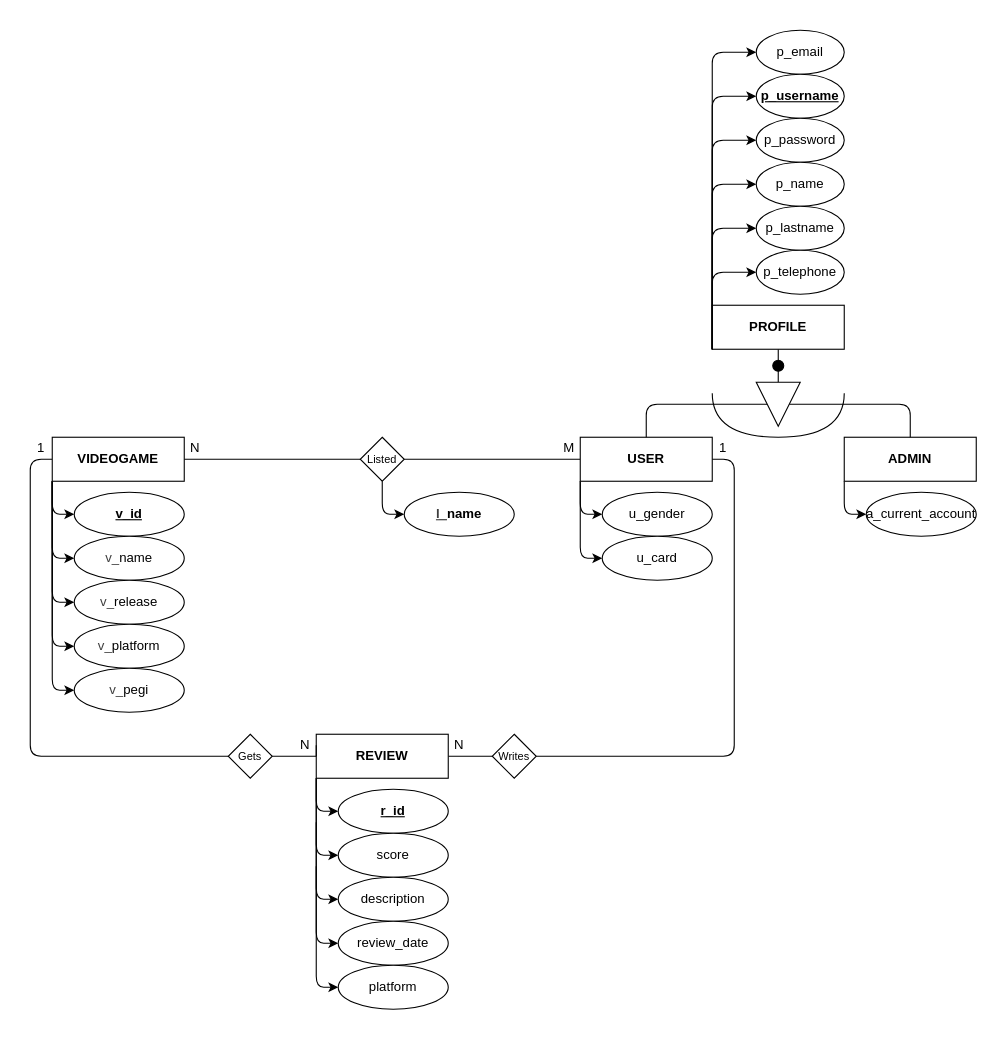
Earlier version of the draw.io diagram page "Modified" (1 of 2) of Diagrams/DIO/RETO 2 CRUD Avanzado - Data Model Diagram.dio (MedievAlex/DIN_ADTi_Reto_CRUD_Avanzado_-Alex_Ekaitz_Mikel-). Source tidied: cells renumbered, new cells numbered last; positions are measured from the earlier drawing's top-left corner, leaving out a move shared by most shapes. Both pictures are drawn from the tidied source at 110%, with x=0, y=0 at pixel (19, 19).
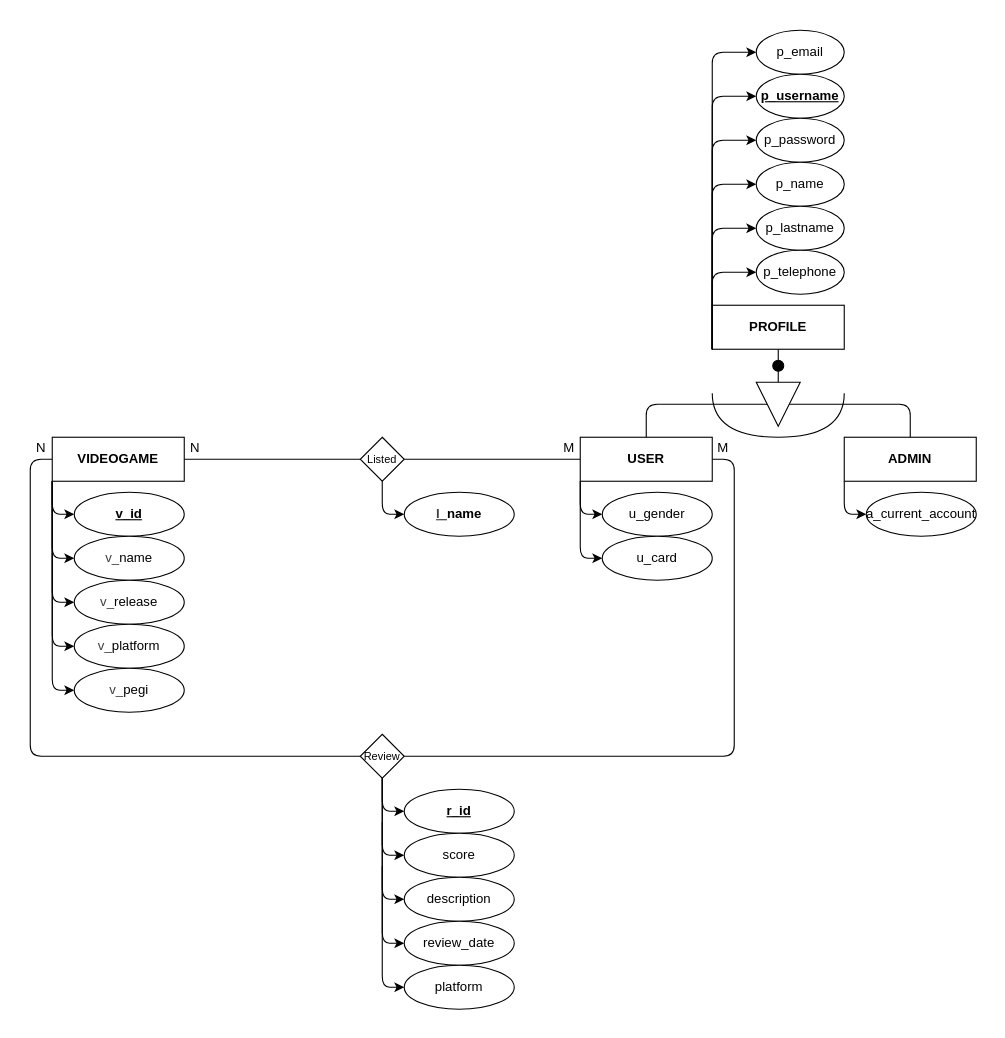
After the change.

Unchanged cells that the change refers to:
```xml
<mxCell id="21" value="USER" style="rounded=0;whiteSpace=wrap;html=1;fontStyle=1;" parent="1" vertex="1">
  <mxGeometry x="510" y="380" width="120" height="40" as="geometry" />
</mxCell>
```

Diff of the diagram source:
```diff
@@
-    <mxCell id="47" style="edgeStyle=none;html=1;exitX=1;exitY=0.5;exitDx=0;exitDy=0;entryX=0;entryY=0.5;entryDx=0;entryDy=0;endArrow=none;endFill=0;" parent="1" edge="1" source="48" target="61">
-      <mxGeometry relative="1" as="geometry" />
-    </mxCell>
-    <mxCell id="48" value="REVIEW" style="rounded=0;whiteSpace=wrap;html=1;fontStyle=1;" parent="1" vertex="1">
-      <mxGeometry x="270" y="650" width="120" height="40" as="geometry" />
-    </mxCell>
-    <mxCell id="49" style="endArrow=none;html=1;exitX=0;exitY=0.5;exitDx=0;exitDy=0;entryX=1;entryY=0.5;entryDx=0;entryDy=0;" parent="1" edge="1" source="48">
-      <mxGeometry relative="1" as="geometry">
-        <mxPoint x="270" y="660" as="targetPoint" />
-      </mxGeometry>
-    </mxCell>
     <mxCell id="50" style="edgeStyle=none;html=1;exitX=0;exitY=1;exitDx=0;exitDy=0;entryX=0;entryY=0.5;entryDx=0;entryDy=0;" parent="1" edge="1" target="52">
       <mxGeometry relative="1" as="geometry">
-        <mxPoint x="270" y="690" as="sourcePoint" />
+        <mxPoint x="330" y="690" as="sourcePoint" />
         <Array as="points">
-          <mxPoint x="270" y="720" />
+          <mxPoint x="330" y="720" />
         </Array>
       </mxGeometry>
     </mxCell>
     <mxCell id="51" style="edgeStyle=none;html=1;exitX=0;exitY=1;exitDx=0;exitDy=0;entryX=0;entryY=0.5;entryDx=0;entryDy=0;" parent="1" edge="1" target="53">
       <mxGeometry relative="1" as="geometry">
-        <mxPoint x="270" y="690" as="sourcePoint" />
+        <mxPoint x="330" y="690" as="sourcePoint" />
         <Array as="points">
-          <mxPoint x="270" y="760" />
+          <mxPoint x="330" y="760" />
         </Array>
       </mxGeometry>
     </mxCell>
     <mxCell id="52" value="&lt;u&gt;r_id&lt;/u&gt;" style="ellipse;whiteSpace=wrap;html=1;fontStyle=1;" parent="1" vertex="1">
-      <mxGeometry x="290" y="700" width="100" height="40" as="geometry" />
+      <mxGeometry x="350" y="700" width="100" height="40" as="geometry" />
     </mxCell>
     <mxCell id="53" value="score" style="ellipse;whiteSpace=wrap;html=1;" parent="1" vertex="1">
-      <mxGeometry x="290" y="740" width="100" height="40" as="geometry" />
+      <mxGeometry x="350" y="740" width="100" height="40" as="geometry" />
     </mxCell>
     <mxCell id="54" value="description" style="ellipse;whiteSpace=wrap;html=1;" parent="1" vertex="1">
-      <mxGeometry x="290" y="780" width="100" height="40" as="geometry" />
+      <mxGeometry x="350" y="780" width="100" height="40" as="geometry" />
     </mxCell>
     <mxCell id="55" value="review_date" style="ellipse;whiteSpace=wrap;html=1;" parent="1" vertex="1">
-      <mxGeometry x="290" y="820" width="100" height="40" as="geometry" />
+      <mxGeometry x="350" y="820" width="100" height="40" as="geometry" />
     </mxCell>
     <mxCell id="56" style="edgeStyle=none;html=1;exitX=0;exitY=1;exitDx=0;exitDy=0;entryX=0;entryY=0.5;entryDx=0;entryDy=0;" parent="1" edge="1">
       <mxGeometry relative="1" as="geometry">
-        <mxPoint x="270" y="730" as="sourcePoint" />
-        <mxPoint x="290" y="800" as="targetPoint" />
+        <mxPoint x="330" y="730" as="sourcePoint" />
+        <mxPoint x="350" y="800" as="targetPoint" />
         <Array as="points">
-          <mxPoint x="270" y="800" />
+          <mxPoint x="330" y="800" />
         </Array>
       </mxGeometry>
     </mxCell>
     <mxCell id="57" style="edgeStyle=none;html=1;exitX=0;exitY=1;exitDx=0;exitDy=0;entryX=0;entryY=0.5;entryDx=0;entryDy=0;" parent="1" edge="1">
       <mxGeometry relative="1" as="geometry">
-        <mxPoint x="270" y="770" as="sourcePoint" />
-        <mxPoint x="290" y="840" as="targetPoint" />
+        <mxPoint x="330" y="770" as="sourcePoint" />
+        <mxPoint x="350" y="840" as="targetPoint" />
         <Array as="points">
-          <mxPoint x="270" y="840" />
+          <mxPoint x="330" y="840" />
         </Array>
       </mxGeometry>
     </mxCell>
-    <mxCell id="58" style="edgeStyle=none;html=1;exitX=1;exitY=0.5;exitDx=0;exitDy=0;entryX=0;entryY=0.5;entryDx=0;entryDy=0;endArrow=none;endFill=0;" parent="1" edge="1" source="59" target="48">
-      <mxGeometry relative="1" as="geometry" />
-    </mxCell>
     <mxCell id="59" style="rhombus;whiteSpace=wrap;html=1;" parent="1" vertex="1">
-      <mxGeometry x="190" y="650" width="40" height="40" as="geometry" />
+      <mxGeometry x="310" y="650" width="40" height="40" as="geometry" />
     </mxCell>
-    <mxCell id="60" style="edgeStyle=none;html=1;exitX=1;exitY=0.5;exitDx=0;exitDy=0;entryX=1;entryY=0.5;entryDx=0;entryDy=0;endArrow=none;endFill=0;" parent="1" edge="1" source="61" target="21">
+    <mxCell id="60" style="edgeStyle=none;html=1;exitX=1;exitY=0.5;exitDx=0;exitDy=0;entryX=1;entryY=0.5;entryDx=0;entryDy=0;endArrow=none;endFill=0;" parent="1" edge="1" source="59" target="21">
       <mxGeometry relative="1" as="geometry">
         <Array as="points">
           <mxPoint x="650" y="670" />
           <mxPoint x="650" y="400" />
         </Array>
       </mxGeometry>
     </mxCell>
-    <mxCell id="61" style="rhombus;whiteSpace=wrap;html=1;" parent="1" vertex="1">
-      <mxGeometry x="430" y="650" width="40" height="40" as="geometry" />
-    </mxCell>
     <mxCell id="62" value="N" style="text;html=1;align=center;verticalAlign=middle;whiteSpace=wrap;rounded=0;" parent="1" vertex="1">
-      <mxGeometry x="250" y="650" width="20" height="20" as="geometry" />
+      <mxGeometry x="10" y="380" width="20" height="20" as="geometry" />
     </mxCell>
-    <mxCell id="63" value="1" style="text;html=1;align=center;verticalAlign=middle;whiteSpace=wrap;rounded=0;" parent="1" vertex="1">
-      <mxGeometry x="10" y="380" width="20" height="20" as="geometry" />
-    </mxCell>
-    <mxCell id="64" value="1" style="text;html=1;align=center;verticalAlign=middle;whiteSpace=wrap;rounded=0;" parent="1" vertex="1">
-      <mxGeometry x="630" y="380" width="20" height="20" as="geometry" />
-    </mxCell>
-    <mxCell id="65" value="N" style="text;html=1;align=center;verticalAlign=middle;whiteSpace=wrap;rounded=0;" parent="1" vertex="1">
-      <mxGeometry x="390" y="650" width="20" height="20" as="geometry" />
-    </mxCell>
-    <mxCell id="66" value="Writes" style="text;html=1;align=center;verticalAlign=middle;whiteSpace=wrap;rounded=0;fontSize=10;" parent="1" vertex="1">
-      <mxGeometry x="430" y="655" width="40" height="30" as="geometry" />
-    </mxCell>
-    <mxCell id="67" value="Gets" style="text;html=1;align=center;verticalAlign=middle;whiteSpace=wrap;rounded=0;fontSize=10;" parent="1" vertex="1">
-      <mxGeometry x="190" y="655" width="40" height="30" as="geometry" />
+    <mxCell id="67" value="Review" style="text;html=1;align=center;verticalAlign=middle;whiteSpace=wrap;rounded=0;fontSize=10;" parent="1" vertex="1">
+      <mxGeometry x="310" y="655" width="40" height="30" as="geometry" />
     </mxCell>
     <mxCell id="68" value="platform" style="ellipse;whiteSpace=wrap;html=1;" parent="1" vertex="1">
-      <mxGeometry x="290" y="860" width="100" height="40" as="geometry" />
+      <mxGeometry x="350" y="860" width="100" height="40" as="geometry" />
     </mxCell>
-    <mxCell id="69" style="edgeStyle=none;html=1;exitX=0;exitY=1;exitDx=0;exitDy=0;entryX=0;entryY=0.5;entryDx=0;entryDy=0;" parent="1" edge="1" source="48">
+    <mxCell id="69" style="edgeStyle=none;html=1;exitX=0;exitY=1;exitDx=0;exitDy=0;entryX=0;entryY=0.5;entryDx=0;entryDy=0;" parent="1" edge="1">
       <mxGeometry relative="1" as="geometry">
-        <mxPoint x="290" y="880" as="targetPoint" />
+        <mxPoint x="330" y="690" as="sourcePoint" />
+        <mxPoint x="350" y="880" as="targetPoint" />
         <Array as="points">
-          <mxPoint x="270" y="880" />
+          <mxPoint x="330" y="880" />
         </Array>
       </mxGeometry>
     </mxCell>
@@
+    <mxCell id="73" value="M" style="text;html=1;align=center;verticalAlign=middle;whiteSpace=wrap;rounded=0;" parent="1" vertex="1">
+      <mxGeometry x="630" y="380" width="20" height="20" as="geometry" />
+    </mxCell>
```
